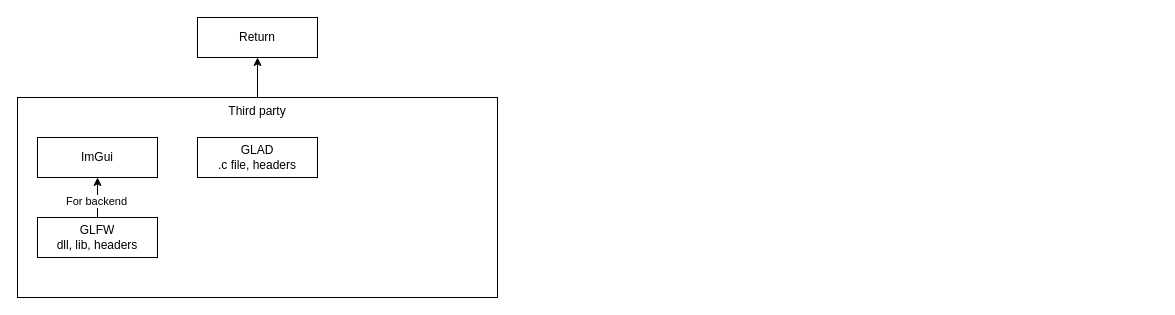
Earlier version of the draw.io diagram ReturnDependencies.drawio (ChrisTohFer/Return). Source tidied: cells renumbered, new cells numbered last; positions are measured from the earlier drawing's top-left corner, leaving out a move shared by most shapes. Both pictures are drawn from the tidied source at 100%, with x=0, y=0 at pixel (17, 17).
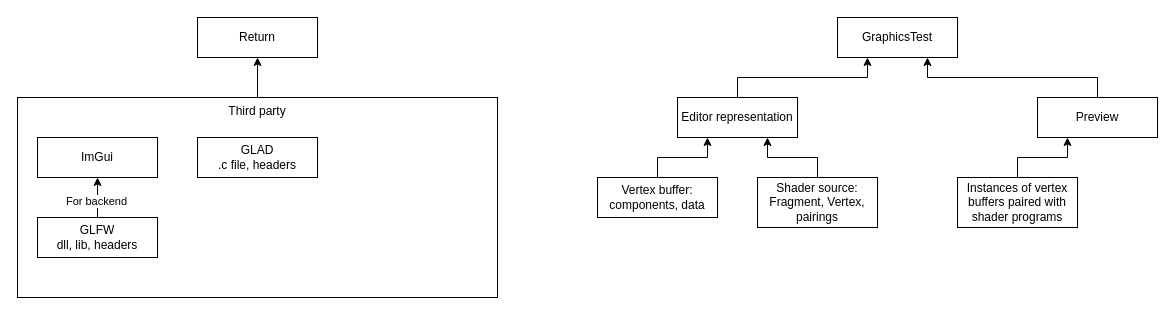
After the change.

Commit message (it also covers changes not shown here):
Adding initial graphics test editor with undo/redo

The edit, as a diff of the source:
```diff
@@
+    <mxCell id="10" value="GraphicsTest" style="rounded=0;whiteSpace=wrap;html=1;" parent="1" vertex="1">
+      <mxGeometry x="820" width="120" height="40" as="geometry" />
+    </mxCell>
+    <mxCell id="11" style="edgeStyle=orthogonalEdgeStyle;rounded=0;jettySize=auto;html=1;exitX=0.5;exitY=0;exitDx=0;exitDy=0;entryX=0.25;entryY=1;entryDx=0;entryDy=0;" parent="1" edge="1" source="12" target="10">
+      <mxGeometry relative="1" as="geometry" />
+    </mxCell>
+    <mxCell id="12" value="Editor representation" style="rounded=0;whiteSpace=wrap;html=1;" parent="1" vertex="1">
+      <mxGeometry x="660" y="80" width="120" height="40" as="geometry" />
+    </mxCell>
+    <mxCell id="13" style="edgeStyle=orthogonalEdgeStyle;rounded=0;jettySize=auto;html=1;exitX=0.5;exitY=0;exitDx=0;exitDy=0;entryX=0.25;entryY=1;entryDx=0;entryDy=0;" parent="1" edge="1" source="14" target="12">
+      <mxGeometry relative="1" as="geometry" />
+    </mxCell>
+    <mxCell id="14" value="Vertex buffer:&lt;div&gt;components, data&lt;/div&gt;" style="rounded=0;whiteSpace=wrap;html=1;" parent="1" vertex="1">
+      <mxGeometry x="580" y="160" width="120" height="40" as="geometry" />
+    </mxCell>
+    <mxCell id="15" style="edgeStyle=orthogonalEdgeStyle;rounded=0;jettySize=auto;html=1;exitX=0.5;exitY=0;exitDx=0;exitDy=0;entryX=0.75;entryY=1;entryDx=0;entryDy=0;" parent="1" edge="1" source="16" target="12">
+      <mxGeometry relative="1" as="geometry" />
+    </mxCell>
+    <mxCell id="16" value="Shader source:&lt;div&gt;Fragment, Vertex, pairings&lt;/div&gt;" style="rounded=0;whiteSpace=wrap;html=1;" parent="1" vertex="1">
+      <mxGeometry x="740" y="160" width="120" height="50" as="geometry" />
+    </mxCell>
+    <mxCell id="17" style="edgeStyle=orthogonalEdgeStyle;rounded=0;jettySize=auto;html=1;exitX=0.5;exitY=0;exitDx=0;exitDy=0;entryX=0.75;entryY=1;entryDx=0;entryDy=0;" parent="1" edge="1" source="18" target="10">
+      <mxGeometry relative="1" as="geometry" />
+    </mxCell>
+    <mxCell id="18" value="Preview" style="rounded=0;whiteSpace=wrap;html=1;" parent="1" vertex="1">
+      <mxGeometry x="1020" y="80" width="120" height="40" as="geometry" />
+    </mxCell>
+    <mxCell id="19" style="edgeStyle=orthogonalEdgeStyle;rounded=0;jettySize=auto;html=1;exitX=0.5;exitY=0;exitDx=0;exitDy=0;entryX=0.25;entryY=1;entryDx=0;entryDy=0;" parent="1" edge="1" source="20" target="18">
+      <mxGeometry relative="1" as="geometry" />
+    </mxCell>
+    <mxCell id="20" value="Instances of vertex buffers paired with shader programs" style="rounded=0;whiteSpace=wrap;html=1;" parent="1" vertex="1">
+      <mxGeometry x="940" y="160" width="120" height="50" as="geometry" />
+    </mxCell>
```
